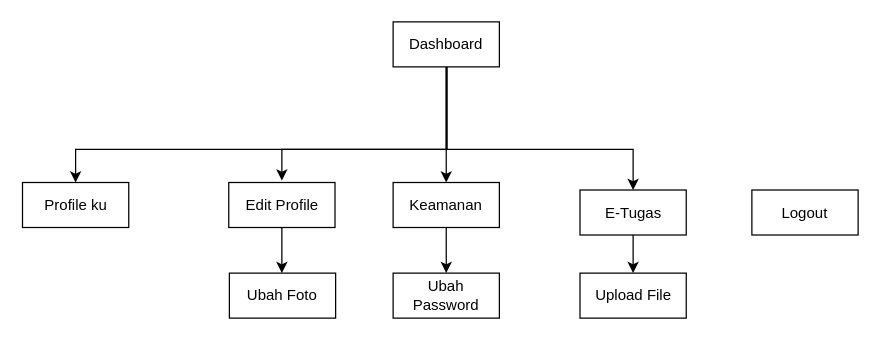
Earlier version of the draw.io diagram page "Page-4" (4 of 4) of Untitled Diagram.drawio (aldonicolaz/siakad-petrus). Source tidied: cells renumbered, new cells numbered last; positions are measured from the earlier drawing's top-left corner, leaving out a move shared by most shapes. Both pictures are drawn from the tidied source at 125%, with x=0, y=0 at pixel (21, 21).
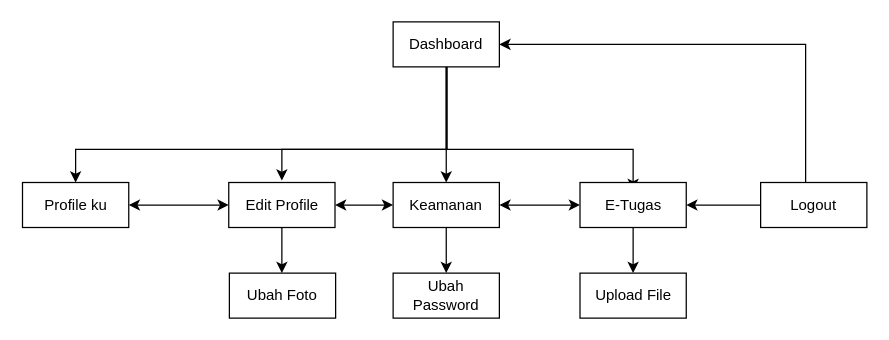
The same diagram, later.

Unchanged cells that the change refers to:
```xml
<mxCell id="6" value="Dashboard" style="rounded=0;whiteSpace=wrap;html=1;strokeWidth=1;" parent="1" vertex="1">
  <mxGeometry x="297" width="85" height="36" as="geometry" />
</mxCell>
<mxCell id="8" value="Profile ku" style="rounded=0;whiteSpace=wrap;html=1;strokeWidth=1;" parent="1" vertex="1">
  <mxGeometry x="0.5" y="128.5" width="85" height="36" as="geometry" />
</mxCell>
<mxCell id="10" value="Edit Profile" style="rounded=0;whiteSpace=wrap;html=1;strokeWidth=1;" parent="1" vertex="1">
  <mxGeometry x="165.5" y="128.5" width="85" height="36" as="geometry" />
</mxCell>
<mxCell id="12" value="Keamanan" style="rounded=0;whiteSpace=wrap;html=1;strokeWidth=1;" parent="1" vertex="1">
  <mxGeometry x="297" y="128.5" width="85" height="36" as="geometry" />
</mxCell>
```

Change to the diagram source:
```diff
@@
+    <mxCell id="18" style="edgeStyle=orthogonalEdgeStyle;rounded=0;jettySize=auto;html=1;entryX=1;entryY=0.5;entryDx=0;entryDy=0;startArrow=none;startFill=0;strokeWidth=1;" parent="1" edge="1" source="7" target="6">
+      <mxGeometry relative="1" as="geometry">
+        <Array as="points">
+          <mxPoint x="627" y="18" />
+        </Array>
+      </mxGeometry>
+    </mxCell>
+    <mxCell id="19" style="edgeStyle=orthogonalEdgeStyle;rounded=0;jettySize=auto;html=1;startArrow=none;startFill=0;strokeWidth=1;" parent="1" edge="1" source="7" target="14">
+      <mxGeometry relative="1" as="geometry" />
+    </mxCell>
     <mxCell id="7" value="Logout" style="rounded=0;whiteSpace=wrap;html=1;strokeWidth=1;" parent="1" vertex="1">
-      <mxGeometry x="584" y="134.5" width="85" height="36" as="geometry" />
+      <mxGeometry x="591" y="128.5" width="85" height="36" as="geometry" />
     </mxCell>
+    <mxCell id="20" style="edgeStyle=orthogonalEdgeStyle;rounded=0;jettySize=auto;html=1;startArrow=classic;startFill=1;strokeWidth=1;" parent="1" edge="1" source="8" target="10">
+      <mxGeometry relative="1" as="geometry" />
+    </mxCell>
@@
+    <mxCell id="21" style="edgeStyle=orthogonalEdgeStyle;rounded=0;jettySize=auto;html=1;startArrow=classic;startFill=1;strokeWidth=1;" parent="1" edge="1" source="10" target="12">
+      <mxGeometry relative="1" as="geometry" />
+    </mxCell>
@@
+    <mxCell id="22" style="edgeStyle=orthogonalEdgeStyle;rounded=0;jettySize=auto;html=1;startArrow=classic;startFill=1;strokeWidth=1;" parent="1" edge="1" source="12" target="14">
+      <mxGeometry relative="1" as="geometry" />
+    </mxCell>
@@
     <mxCell id="14" value="E-Tugas" style="rounded=0;whiteSpace=wrap;html=1;strokeWidth=1;" parent="1" vertex="1">
-      <mxGeometry x="446.5" y="134.5" width="85" height="36" as="geometry" />
+      <mxGeometry x="446.5" y="128.5" width="85" height="36" as="geometry" />
     </mxCell>
```
